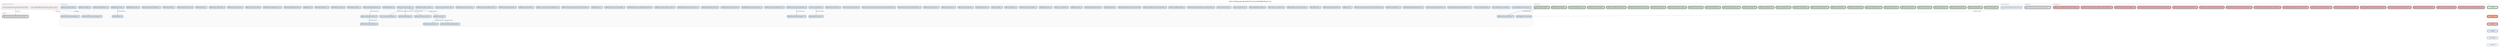
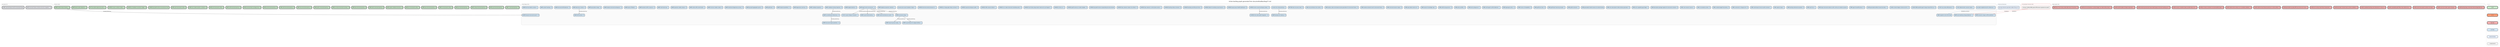
digraph backlog {
  rankdir=TB
  fontname="Helvetica"
  label="Active backlog graph generated from docs/method/backlog/*/*.md"
  labelloc=t
  fontsize=12
  node [shape=box style="rounded,filled" fontname="Helvetica" fontsize=8 margin="0.1,0.05" height=0.35]
  edge [color="#666666" arrowsize=0.5 fontname="Helvetica" fontsize=7]
  newrank=true
  ranksep=0.55
  nodesep=0.2

-   subgraph cluster_asap {
-     label="asap (1)" labeljust=l fontsize=9 fontcolor="#555555"
-     style=rounded color="#cccccc" bgcolor="#fafafa"
-     asap_CORE_structural_reading_port_generated_model_parity [label="CORE-structural-reading-port-generated-model-parity - L" fillcolor="#E5E7EB" penwidth=2]
-   }
- 
  subgraph cluster_up_next {
-     label="up-next (1)" labeljust=l fontsize=9 fontcolor="#555555"
+     label="up-next (2)" labeljust=l fontsize=9 fontcolor="#555555"
    style=rounded color="#cccccc" bgcolor="#fafafa"
    up_next_CORE_structural_history_schema_and_echo_migration [label="CORE-structural-history-schema-and-echo-migration - XL" fillcolor="#E5E7EB" penwidth=2]
+     up_next_CORE_unpinned_basis_kind_for_structural_history [label="CORE-unpinned-basis-kind-for-structural-history" fillcolor="#E5E7EB" penwidth=2]
  }

  subgraph cluster_v0_8_0 {
    label="v0.8.0 (26)" labeljust=l fontsize=9 fontcolor="#555555"
    style=rounded color="#cccccc" bgcolor="#fafafa"
    v0_8_0_CORE_c_structural_parsing [label="CORE-c-structural-parsing - M" fillcolor="#C8E6C9" penwidth=2]
    v0_8_0_CORE_cpp_structural_parsing [label="CORE-cpp-structural-parsing - L" fillcolor="#C8E6C9" penwidth=2]
    v0_8_0_CORE_csharp_structural_parsing [label="CORE-csharp-structural-parsing - M" fillcolor="#C8E6C9" penwidth=2]
    v0_8_0_CORE_go_structural_parsing [label="CORE-go-structural-parsing - S" fillcolor="#C8E6C9" penwidth=2]
    v0_8_0_CORE_hcl_structured_config [label="CORE-hcl-structured-config - M" fillcolor="#C8E6C9" penwidth=2]
    v0_8_0_CORE_java_structural_parsing [label="CORE-java-structural-parsing - M" fillcolor="#C8E6C9" penwidth=2]
    v0_8_0_CORE_json_structured_config [label="CORE-json-structured-config - S" fillcolor="#C8E6C9" penwidth=2]
    v0_8_0_CORE_jupyter_notebook_structure [label="CORE-jupyter-notebook-structure - M" fillcolor="#C8E6C9" penwidth=2]
    v0_8_0_CORE_kotlin_structural_parsing [label="CORE-kotlin-structural-parsing - M" fillcolor="#C8E6C9" penwidth=2]
    v0_8_0_CORE_php_structural_parsing [label="CORE-php-structural-parsing - M" fillcolor="#C8E6C9" penwidth=2]
    v0_8_0_CORE_pr_review_structural_summary [label="CORE-pr-review-structural-summary - M" fillcolor="#C8E6C9" penwidth=2]
    v0_8_0_CORE_python_structural_parsing [label="CORE-python-structural-parsing - S" fillcolor="#C8E6C9" penwidth=2]
    v0_8_0_CORE_ruby_structural_parsing [label="CORE-ruby-structural-parsing - M" fillcolor="#C8E6C9" penwidth=2]
    v0_8_0_CORE_shell_structural_parsing [label="CORE-shell-structural-parsing - M" fillcolor="#C8E6C9" penwidth=2]
    v0_8_0_CORE_sql_structural_parsing [label="CORE-sql-structural-parsing - M" fillcolor="#C8E6C9" penwidth=2]
    v0_8_0_CORE_structural_test_coverage_map [label="CORE-structural-test-coverage-map - M" fillcolor="#C8E6C9" penwidth=2]
    v0_8_0_CORE_swift_structural_parsing [label="CORE-swift-structural-parsing - M" fillcolor="#C8E6C9" penwidth=2]
    v0_8_0_CORE_toml_structured_config [label="CORE-toml-structured-config - S" fillcolor="#C8E6C9" penwidth=2]
    v0_8_0_CORE_tool_context_injection_contracts [label="CORE-tool-context-injection-contracts - M" fillcolor="#C8E6C9" penwidth=2]
    v0_8_0_CORE_yaml_structured_config [label="CORE-yaml-structured-config - M" fillcolor="#C8E6C9" penwidth=2]
    v0_8_0_SURFACE_git_graft_enhance_provenance_hints [label="SURFACE-git-graft-enhance-provenance-hints" fillcolor="#C8E6C9" penwidth=2]
    v0_8_0_SURFACE_pr_feedback_resolution_ledger [label="SURFACE-pr-feedback-resolution-ledger - M" fillcolor="#C8E6C9" penwidth=2]
    v0_8_0_SURFACE_review_cooldown_status [label="SURFACE-review-cooldown-status - S" fillcolor="#C8E6C9" penwidth=2]
    v0_8_0_TEST_bounded_subprocess_policy [label="TEST-bounded-subprocess-policy - S" fillcolor="#C8E6C9" penwidth=2]
    v0_8_0_WARP_dead_symbol_detection [label="WARP-dead-symbol-detection - S" fillcolor="#C8E6C9" penwidth=2]
    v0_8_0_WARP_symbol_history_timeline [label="WARP-symbol-history-timeline - S" fillcolor="#C8E6C9" penwidth=2]
  }

  subgraph cluster_bad_code {
    label="bad-code (16)" labeljust=l fontsize=9 fontcolor="#555555"
    style=rounded color="#cccccc" bgcolor="#fafafa"
    bad_code_CLEAN_backlog_dag_unresolved_internal_dependencies [label="CLEAN-backlog-dag-unresolved-internal-dependencies - S" fillcolor="#F6B3B3" penwidth=2]
    bad_code_CLEAN_canonical_codec_seams_diverge [label="CLEAN-canonical-codec-seams-diverge - M" fillcolor="#F6B3B3" penwidth=2]
    bad_code_CLEAN_code_show_parser_runtime_not_ready [label="CLEAN-code-show-parser-runtime-not-ready - S" fillcolor="#F6B3B3" penwidth=2]
    bad_code_CLEAN_coderabbit_path_filters_skip_method_docs [label="CLEAN-coderabbit-path-filters-skip-method-docs - S" fillcolor="#F6B3B3" penwidth=2]
    bad_code_CLEAN_completed_backlog_card_retirement_is_manual [label="CLEAN-completed-backlog-card-retirement-is-manual - M" fillcolor="#F6B3B3" penwidth=2]
    bad_code_CLEAN_descriptor_checker_lacks_schema_validation [label="CLEAN-descriptor-checker-lacks-schema-validation - M" fillcolor="#F6B3B3" penwidth=2]
    bad_code_CLEAN_echo_witness_test_fixture_duplication [label="CLEAN-echo-witness-test-fixture-duplication - S" fillcolor="#F6B3B3" penwidth=2]
    bad_code_CLEAN_generated_svg_dag_diff_noise_obscures_review [label="CLEAN-generated-svg-dag-diff-noise-obscures-review - S" fillcolor="#F6B3B3" penwidth=2]
    bad_code_CLEAN_method_close_timeout_produces_no_retro_artifact [label="CLEAN-method-close-timeout-produces-no-retro-artifact - M" fillcolor="#F6B3B3" penwidth=2]
    bad_code_CLEAN_method_retro_witness_can_overstate_validation [label="CLEAN-method-retro-witness-can-overstate-validation - M" fillcolor="#F6B3B3" penwidth=2]
    bad_code_CLEAN_pr_review_comments_not_actionability_typed [label="CLEAN-pr-review-comments-not-actionability-typed - M" fillcolor="#F6B3B3" penwidth=2]
    bad_code_CLEAN_receipt_cumulative_bytes_avoided_stays_zero [label="CLEAN-receipt-cumulative-bytes-avoided-stays-zero - S" fillcolor="#F6B3B3" penwidth=2]
    bad_code_CLEAN_remaining_structural_warp_reads_bypass_structural_reading_port [label="CLEAN-remaining-structural-warp-reads-bypass-structural-reading-port - M" fillcolor="#F6B3B3" penwidth=2]
    bad_code_CLEAN_sha256_stable_id_helper_duplication [label="CLEAN-sha256-stable-id-helper-duplication - S" fillcolor="#F6B3B3" penwidth=2]
    bad_code_CLEAN_technical_teardown_contract_ledger_can_stale_without_tests [label="CLEAN-technical-teardown-contract-ledger-can-stale-without-tests - M" fillcolor="#F6B3B3" penwidth=2]
    bad_code_WARP_bijou_local_history_stale_after_branch_transition [label="WARP-bijou-local-history-stale-after-branch-transition - M" fillcolor="#F6B3B3" penwidth=2]
  }

  subgraph cluster_cool_ideas {
    label="Cool Ideas (91)" labeljust=l fontsize=9 fontcolor="#555555"
    style=rounded color="#cccccc" bgcolor="#fafafa"
    cool_ideas_bounded_neighborhood_for_references [label="bounded-neighborhood-for-references - S" fillcolor="#D4E8F7" penwidth=1]
    cool_ideas_CI_001_causal_collapse_visualizer [label="CI-001-causal-collapse-visualizer - L" fillcolor="#D4E8F7" penwidth=1]
    cool_ideas_CI_002_deterministic_scenario_replay [label="CI-002-deterministic-scenario-replay - L" fillcolor="#D4E8F7" penwidth=1]
    cool_ideas_CI_003_mcp_native_diff_protocol [label="CI-003-mcp-native-diff-protocol - M" fillcolor="#D4E8F7" penwidth=1]
    cool_ideas_CLEAN_CODE_parallel_agent_merge_shared_file_loss [label="CLEAN-CODE-parallel-agent-merge-shared-file-loss - M" fillcolor="#D4E8F7" penwidth=1]
    cool_ideas_CLEAN_contract_ledger_schema_and_lint [label="CLEAN-contract-ledger-schema-and-lint - M" fillcolor="#D4E8F7" penwidth=1]
    cool_ideas_CLEAN_generated_artifact_review_boundary [label="CLEAN-generated-artifact-review-boundary - S" fillcolor="#D4E8F7" penwidth=1]
    cool_ideas_CORE_agent_handoff_protocol [label="CORE-agent-handoff-protocol - M" fillcolor="#D4E8F7" penwidth=1]
    cool_ideas_CORE_align_structural_evidence_with_continuum_evidence_posture [label="CORE-align-structural-evidence-with-continuum-evidence-posture" fillcolor="#D4E8F7" penwidth=1]
    cool_ideas_CORE_auto_focus [label="CORE-auto-focus - L" fillcolor="#D4E8F7" penwidth=1]
    cool_ideas_CORE_backlog_retirement_assistant [label="CORE-backlog-retirement-assistant - M" fillcolor="#D4E8F7" penwidth=1]
    cool_ideas_CORE_capture_range [label="CORE-capture-range - S" fillcolor="#D4E8F7" penwidth=1]
    cool_ideas_CORE_code_lawyer_local_pr_audit_command [label="CORE-code-lawyer-local-pr-audit-command - L" fillcolor="#D4E8F7" penwidth=1]
    cool_ideas_CORE_constructor_in_disguise_lint [label="CORE-constructor-in-disguise-lint - M" fillcolor="#D4E8F7" penwidth=1]
    cool_ideas_CORE_context_budget_forecasting [label="CORE-context-budget-forecasting - M" fillcolor="#D4E8F7" penwidth=1]
    cool_ideas_CORE_conversation_primer [label="CORE-conversation-primer - M" fillcolor="#D4E8F7" penwidth=1]
    cool_ideas_CORE_cross_session_resume [label="CORE-cross-session-resume - S" fillcolor="#D4E8F7" penwidth=1]
    cool_ideas_CORE_descriptor_package_registry_for_structural_contracts [label="CORE-descriptor-package-registry-for-structural-contracts - M" fillcolor="#D4E8F7" penwidth=1]
    cool_ideas_CORE_echo_capability_gap_ledger [label="CORE-echo-capability-gap-ledger - S" fillcolor="#D4E8F7" penwidth=1]
    cool_ideas_CORE_echo_descriptor_to_fake_witness_generator [label="CORE-echo-descriptor-to-fake-witness-generator - M" fillcolor="#D4E8F7" penwidth=1]
    cool_ideas_CORE_generated_model_reverse_id_content_binding [label="CORE-generated-model-reverse-id-content-binding" fillcolor="#D4E8F7" penwidth=1]
    cool_ideas_CORE_graft_as_teacher [label="CORE-graft-as-teacher - S" fillcolor="#D4E8F7" penwidth=1]
    cool_ideas_CORE_graft_teach_learning_receipts [label="CORE-graft-teach-learning-receipts - S" fillcolor="#D4E8F7" penwidth=1]
    cool_ideas_CORE_graft_tool_client [label="CORE-graft-tool-client - M" fillcolor="#D4E8F7" penwidth=1]
    cool_ideas_CORE_horizon_of_readability [label="CORE-horizon-of-readability - M" fillcolor="#D4E8F7" penwidth=1]
    cool_ideas_CORE_lagrangian_policy [label="CORE-lagrangian-policy - XL" fillcolor="#D4E8F7" penwidth=1]
    cool_ideas_CORE_migrate_to_slice_first_reads [label="CORE-migrate-to-slice-first-reads" fillcolor="#D4E8F7" penwidth=1]
    cool_ideas_CORE_multi_agent_conflict_detection [label="CORE-multi-agent-conflict-detection - L" fillcolor="#D4E8F7" penwidth=1]
    cool_ideas_CORE_policy_playground [label="CORE-policy-playground - S" fillcolor="#D4E8F7" penwidth=1]
    cool_ideas_CORE_policy_profiles [label="CORE-policy-profiles - M" fillcolor="#D4E8F7" penwidth=1]
    cool_ideas_CORE_self_tuning_governor [label="CORE-self-tuning-governor - M" fillcolor="#D4E8F7" penwidth=1]
    cool_ideas_CORE_session_knowledge_map [label="CORE-session-knowledge-map - S" fillcolor="#D4E8F7" penwidth=1]
    cool_ideas_CORE_speculative_read_cost [label="CORE-speculative-read-cost - S" fillcolor="#D4E8F7" penwidth=1]
    cool_ideas_CORE_structural_session_replay [label="CORE-structural-session-replay - M" fillcolor="#D4E8F7" penwidth=1]
    cool_ideas_CORE_weslaw_semantic_law_for_structural_history [label="CORE-weslaw-semantic-law-for-structural-history - M" fillcolor="#D4E8F7" penwidth=1]
    cool_ideas_CORE_wesley_codec_and_observer_plan_generation_for_structural_history [label="CORE-wesley-codec-and-observer-plan-generation-for-structural-history - M" fillcolor="#D4E8F7" penwidth=1]
    cool_ideas_CORE_wire_primitives_into_runtime [label="CORE-wire-primitives-into-runtime - M" fillcolor="#D4E8F7" penwidth=1]
    cool_ideas_METHOD_retro_recovery_mode [label="METHOD-retro-recovery-mode - M" fillcolor="#D4E8F7" penwidth=1]
    cool_ideas_monitor_tick_ceiling_tracking [label="monitor-tick-ceiling-tracking - S" fillcolor="#D4E8F7" penwidth=1]
    cool_ideas_SURFACE_active_causal_workspace_status [label="SURFACE-active-causal-workspace-status - M" fillcolor="#D4E8F7" penwidth=1]
    cool_ideas_SURFACE_asap_queue_health_dashboard [label="SURFACE-asap-queue-health-dashboard - M" fillcolor="#D4E8F7" penwidth=1]
    cool_ideas_SURFACE_attach_to_existing_causal_session [label="SURFACE-attach-to-existing-causal-session - M" fillcolor="#D4E8F7" penwidth=1]
    cool_ideas_SURFACE_backlog_card_lifecycle_linter [label="SURFACE-backlog-card-lifecycle-linter - M" fillcolor="#D4E8F7" penwidth=1]
    cool_ideas_SURFACE_backlog_sitrep_command [label="SURFACE-backlog-sitrep-command - M" fillcolor="#D4E8F7" penwidth=1]
    cool_ideas_SURFACE_bijou_daemon_control_plane_actions [label="SURFACE-bijou-daemon-control-plane-actions - L" fillcolor="#D4E8F7" penwidth=1]
    cool_ideas_SURFACE_bijou_daemon_status_live_refresh [label="SURFACE-bijou-daemon-status-live-refresh - M" fillcolor="#D4E8F7" penwidth=1]
    cool_ideas_SURFACE_git_graft_enhance_expanded_git_subcommands [label="SURFACE-git-graft-enhance-expanded-git-subcommands" fillcolor="#D4E8F7" penwidth=1]
    cool_ideas_SURFACE_graft_review_pr_number_adapter [label="SURFACE-graft-review-pr-number-adapter - M" fillcolor="#D4E8F7" penwidth=1]
    cool_ideas_SURFACE_ide_native_graft_integration [label="SURFACE-ide-native-graft-integration - XL" fillcolor="#D4E8F7" penwidth=1]
    cool_ideas_SURFACE_init_dry_run [label="SURFACE-init-dry-run - S" fillcolor="#D4E8F7" penwidth=1]
    cool_ideas_SURFACE_local_history_dag_render_mode_and_count_legend [label="SURFACE-local-history-dag-render-mode-and-count-legend - S" fillcolor="#D4E8F7" penwidth=1]
    cool_ideas_SURFACE_non_codex_instruction_bootstrap_parity [label="SURFACE-non-codex-instruction-bootstrap-parity - M" fillcolor="#D4E8F7" penwidth=1]
    cool_ideas_SURFACE_offer_rename_refactor [label="SURFACE-offer-rename-refactor - L" fillcolor="#D4E8F7" penwidth=1]
    cool_ideas_SURFACE_opened_workspace_paths [label="SURFACE-opened-workspace-paths - M" fillcolor="#D4E8F7" penwidth=1]
    cool_ideas_SURFACE_pr_merge_gate_sitrep_command [label="SURFACE-pr-merge-gate-sitrep-command - M" fillcolor="#D4E8F7" penwidth=1]
    cool_ideas_SURFACE_terminal_activity_browser_tui [label="SURFACE-terminal-activity-browser-tui - L" fillcolor="#D4E8F7" penwidth=1]
    cool_ideas_traverse_plus_query_hydration_helper [label="traverse-plus-query-hydration-helper - S" fillcolor="#D4E8F7" penwidth=1]
    cool_ideas_WARP_adaptive_projection_selection [label="WARP-adaptive-projection-selection - L" fillcolor="#D4E8F7" penwidth=1]
    cool_ideas_WARP_agent_action_provenance [label="WARP-agent-action-provenance - XL" fillcolor="#D4E8F7" penwidth=1]
    cool_ideas_WARP_auto_breaking_change_detection [label="WARP-auto-breaking-change-detection - L" fillcolor="#D4E8F7" penwidth=1]
    cool_ideas_WARP_background_indexing [label="WARP-background-indexing - M" fillcolor="#D4E8F7" penwidth=1]
    cool_ideas_WARP_budget_elasticity [label="WARP-budget-elasticity - M" fillcolor="#D4E8F7" penwidth=1]
    cool_ideas_WARP_causal_blame_for_staged_artifacts [label="WARP-causal-blame-for-staged-artifacts - L" fillcolor="#D4E8F7" penwidth=1]
    cool_ideas_WARP_causal_write_tracking [label="WARP-causal-write-tracking - L" fillcolor="#D4E8F7" penwidth=1]
    cool_ideas_WARP_codebase_entropy_trajectory [label="WARP-codebase-entropy-trajectory - M" fillcolor="#D4E8F7" penwidth=1]
    cool_ideas_WARP_codebase_signature [label="WARP-codebase-signature - L" fillcolor="#D4E8F7" penwidth=1]
    cool_ideas_WARP_counterfactual_refactoring [label="WARP-counterfactual-refactoring - XL" fillcolor="#D4E8F7" penwidth=1]
    cool_ideas_WARP_degeneracy_warning [label="WARP-degeneracy-warning - M" fillcolor="#D4E8F7" penwidth=1]
    cool_ideas_WARP_drift_sentinel [label="WARP-drift-sentinel - M" fillcolor="#D4E8F7" penwidth=1]
    cool_ideas_WARP_footprint_parallelism [label="WARP-footprint-parallelism - XL" fillcolor="#D4E8F7" penwidth=1]
    cool_ideas_WARP_graft_pack [label="WARP-graft-pack - M" fillcolor="#D4E8F7" penwidth=1]
    cool_ideas_WARP_grouped_aggregate_queries [label="WARP-grouped-aggregate-queries - M" fillcolor="#D4E8F7" penwidth=1]
    cool_ideas_WARP_intent_and_decision_events [label="WARP-intent-and-decision-events - M" fillcolor="#D4E8F7" penwidth=1]
    cool_ideas_WARP_intentional_degeneracy_privacy [label="WARP-intentional-degeneracy-privacy - M" fillcolor="#D4E8F7" penwidth=1]
    cool_ideas_WARP_minimum_viable_context [label="WARP-minimum-viable-context - M" fillcolor="#D4E8F7" penwidth=1]
    cool_ideas_WARP_outline_diff_commit_trailer [label="WARP-outline-diff-commit-trailer - S" fillcolor="#D4E8F7" penwidth=1]
    cool_ideas_WARP_projection_safety_classes [label="WARP-projection-safety-classes - M" fillcolor="#D4E8F7" penwidth=1]
    cool_ideas_WARP_provenance_dag [label="WARP-provenance-dag - L" fillcolor="#D4E8F7" penwidth=1]
    cool_ideas_WARP_reasoning_trace_replay [label="WARP-reasoning-trace-replay - M" fillcolor="#D4E8F7" penwidth=1]
    cool_ideas_WARP_rulial_heat_map [label="WARP-rulial-heat-map - L" fillcolor="#D4E8F7" penwidth=1]
    cool_ideas_WARP_semantic_drift_in_sessions [label="WARP-semantic-drift-in-sessions - M" fillcolor="#D4E8F7" penwidth=1]
    cool_ideas_WARP_semantic_merge_conflict_prediction [label="WARP-semantic-merge-conflict-prediction - L" fillcolor="#D4E8F7" penwidth=1]
    cool_ideas_WARP_session_filtration [label="WARP-session-filtration - L" fillcolor="#D4E8F7" penwidth=1]
    cool_ideas_WARP_shadow_structural_workspaces [label="WARP-shadow-structural-workspaces - XL" fillcolor="#D4E8F7" penwidth=1]
    cool_ideas_WARP_speculative_merge [label="WARP-speculative-merge - XL" fillcolor="#D4E8F7" penwidth=1]
    cool_ideas_WARP_stale_docs_checker [label="WARP-stale-docs-checker - M" fillcolor="#D4E8F7" penwidth=1]
    cool_ideas_WARP_structural_drift_detection [label="WARP-structural-drift-detection - M" fillcolor="#D4E8F7" penwidth=1]
    cool_ideas_WARP_structural_impact_prediction [label="WARP-structural-impact-prediction - XL" fillcolor="#D4E8F7" penwidth=1]
    cool_ideas_WARP_symbol_heatmap [label="WARP-symbol-heatmap - M" fillcolor="#D4E8F7" penwidth=1]
    cool_ideas_WARP_technical_debt_curvature [label="WARP-technical-debt-curvature - L" fillcolor="#D4E8F7" penwidth=1]
    cool_ideas_WARP_temporal_structural_search [label="WARP-temporal-structural-search - M" fillcolor="#D4E8F7" penwidth=1]
  }

  subgraph cluster_external {
    label="External blockers" labeljust=l fontsize=9 fontcolor="#555555"
    style=rounded color="#cccccc" bgcolor="#f8fbff"
    external_git_warp_observer_geometry_ladder__Rung_2_4_ [label="git-warp observer geometry ladder (Rung 2-4)" fillcolor="#E8F2FF" penwidth=1]
  }

  subgraph cluster_unresolved {
    label="Unresolved internal refs" labeljust=l fontsize=9 fontcolor="#555555"
    style="rounded,dashed" color="#cc3333" bgcolor="#fff7f7"
    unresolved_CLEAN_CODE_export_diff_semver_signature_as_patch [label="missing: CLEAN_CODE_export-diff-semver-signature-as-patch" fillcolor="#F2F2F2" penwidth=1 style="rounded,dashed,filled"]
-     unresolved_CORE_graft_fake_echo_shaped_typescript_witness [label="missing: CORE_graft-fake-echo-shaped-typescript-witness" fillcolor="#F2F2F2" penwidth=1 style="rounded,dashed,filled"]
  }

  cool_ideas_monitor_tick_ceiling_tracking -> cool_ideas_WARP_background_indexing [label="blocked_by/blocking"]
  cool_ideas_SURFACE_active_causal_workspace_status -> cool_ideas_SURFACE_ide_native_graft_integration [label="blocked_by/blocking"]
  cool_ideas_WARP_agent_action_provenance -> cool_ideas_CI_001_causal_collapse_visualizer [label="blocked_by/blocking"]
  cool_ideas_WARP_agent_action_provenance -> cool_ideas_WARP_causal_write_tracking [label="blocked_by/blocking"]
  cool_ideas_WARP_agent_action_provenance -> cool_ideas_WARP_intent_and_decision_events [label="blocked_by/blocking"]
  cool_ideas_WARP_agent_action_provenance -> cool_ideas_WARP_provenance_dag [label="blocked_by/blocking"]
  cool_ideas_WARP_codebase_entropy_trajectory -> cool_ideas_WARP_counterfactual_refactoring [label="blocked_by/blocking"]
  cool_ideas_WARP_counterfactual_refactoring -> cool_ideas_WARP_structural_impact_prediction [label="blocked_by/blocking"]
  cool_ideas_WARP_provenance_dag -> cool_ideas_WARP_causal_blame_for_staged_artifacts [label="blocked_by/blocking"]
  cool_ideas_WARP_provenance_dag -> cool_ideas_WARP_reasoning_trace_replay [label="blocked_by/blocking"]
  cool_ideas_WARP_stale_docs_checker -> cool_ideas_WARP_drift_sentinel [label="blocked_by/blocking"]
  external_git_warp_observer_geometry_ladder__Rung_2_4_ -> cool_ideas_CORE_migrate_to_slice_first_reads [label="blocked_by_external" style=dashed color="#4477AA"]
  unresolved_CLEAN_CODE_export_diff_semver_signature_as_patch -> cool_ideas_WARP_auto_breaking_change_detection [label="blocked_by" style=dashed color="#CC3333"]
  unresolved_CLEAN_CODE_export_diff_semver_signature_as_patch -> cool_ideas_WARP_semantic_merge_conflict_prediction [label="blocked_by" style=dashed color="#CC3333"]
-   unresolved_CORE_graft_fake_echo_shaped_typescript_witness -> asap_CORE_structural_reading_port_generated_model_parity [label="blocked_by" style=dashed color="#CC3333"]
  v0_8_0_WARP_symbol_history_timeline -> cool_ideas_WARP_temporal_structural_search [label="blocked_by/blocking"]

  subgraph cluster_legend {
    label="Legend" labeljust=l fontsize=8 fontcolor="#aaaaaa"
    style=rounded color="#dddddd"
    node [fontsize=7 width=1.4]
    leg_v08 [label="v0.8.0" fillcolor="#C8E6C9" penwidth=2]
    leg_v07 [label="v0.7.0" fillcolor="#FFA07A" penwidth=2]
    leg_bad [label="bad-code" fillcolor="#F6B3B3" penwidth=2]
    leg_idea [label="cool-ideas" fillcolor="#D4E8F7" penwidth=1]
    leg_external [label="external blocker" fillcolor="#E8F2FF" penwidth=1]
    leg_unresolved [label="unresolved ref" fillcolor="#F2F2F2" penwidth=1 style="rounded,dashed,filled"]
    leg_v08 -> leg_v07 [style=invis]
    leg_v07 -> leg_bad [style=invis]
    leg_bad -> leg_idea [style=invis]
    leg_idea -> leg_external [style=invis]
    leg_external -> leg_unresolved [style=invis]
  }
}
